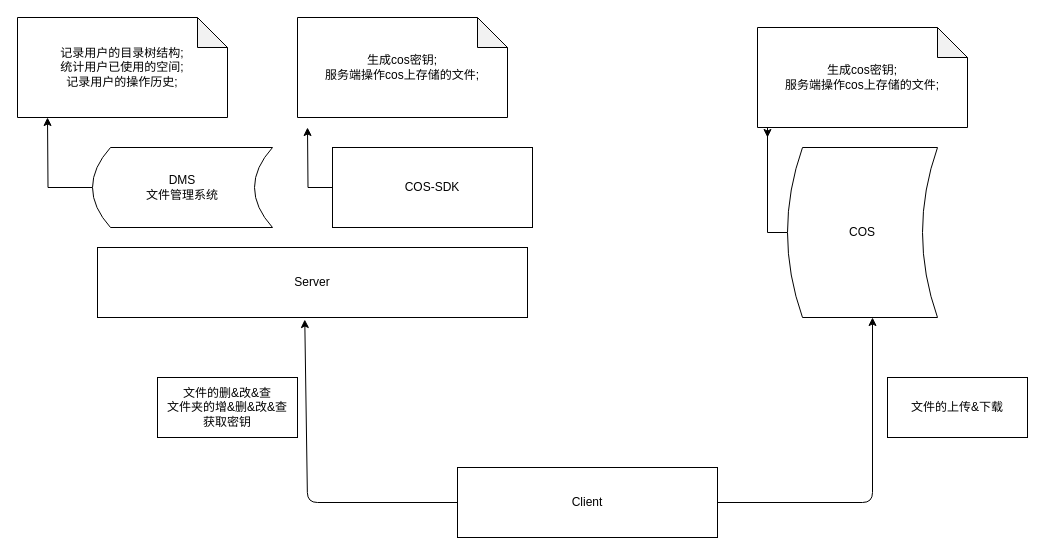
The draw.io diagram dms-架构图.drawio in logxxx/Something, before the edit. Source tidied: cells renumbered, new cells numbered last; positions are measured from the earlier drawing's top-left corner, leaving out a move shared by most shapes. Both pictures are drawn from the tidied source at 100%, with x=0, y=0 at pixel (17, 17).
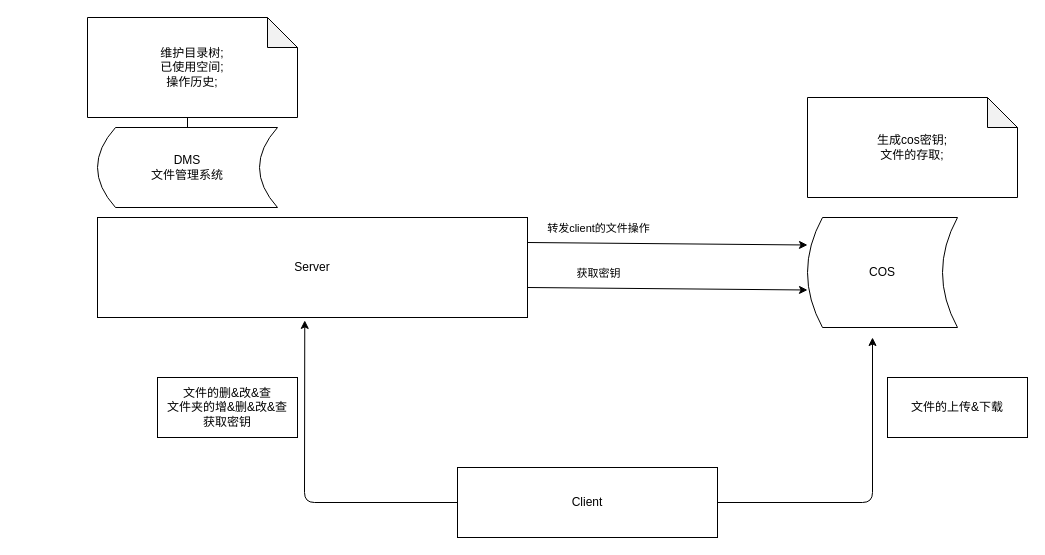
Above is the later version.

Unchanged cells that the change refers to:
```xml
<mxCell id="3" value="Client" style="rounded=0;whiteSpace=wrap;html=1;" parent="1" vertex="1">
  <mxGeometry x="440" y="450" width="260" height="70" as="geometry" />
</mxCell>
```

Diff of the diagram source:
```diff
@@
     <mxCell id="2" value="Server" style="rounded=0;whiteSpace=wrap;html=1;" parent="1" vertex="1">
-      <mxGeometry x="80" y="230" width="430" height="70" as="geometry" />
+      <mxGeometry x="80" y="200" width="430" height="100" as="geometry" />
     </mxCell>
@@
-    <mxCell id="4" style="edgeStyle=orthogonalEdgeStyle;rounded=0;jettySize=auto;html=1;" parent="1" edge="1" source="5">
-      <mxGeometry relative="1" as="geometry">
-        <mxPoint x="290" y="110" as="targetPoint" />
-      </mxGeometry>
-    </mxCell>
-    <mxCell id="5" value="COS-SDK" style="rounded=0;whiteSpace=wrap;html=1;" parent="1" vertex="1">
-      <mxGeometry x="315" y="130" width="200" height="80" as="geometry" />
-    </mxCell>
-    <mxCell id="6" style="edgeStyle=orthogonalEdgeStyle;rounded=0;jettySize=auto;html=1;" parent="1" edge="1" source="7">
-      <mxGeometry relative="1" as="geometry">
-        <mxPoint x="750" y="120" as="targetPoint" />
-      </mxGeometry>
-    </mxCell>
     <mxCell id="7" value="COS" style="shape=dataStorage;whiteSpace=wrap;html=1;" parent="1" vertex="1">
-      <mxGeometry x="770" y="130" width="150" height="170" as="geometry" />
+      <mxGeometry x="790" y="200" width="150" height="110" as="geometry" />
     </mxCell>
     <mxCell id="8" style="edgeStyle=orthogonalEdgeStyle;rounded=0;jettySize=auto;html=1;" parent="1" edge="1" source="9">
       <mxGeometry relative="1" as="geometry">
-        <mxPoint x="30" y="100" as="targetPoint" />
+        <mxPoint x="100" y="100" as="targetPoint" />
       </mxGeometry>
     </mxCell>
     <mxCell id="9" value="DMS&lt;br&gt;文件管理系统" style="shape=dataStorage;whiteSpace=wrap;html=1;" parent="1" vertex="1">
-      <mxGeometry x="75" y="130" width="180" height="80" as="geometry" />
+      <mxGeometry x="80" y="110" width="180" height="80" as="geometry" />
     </mxCell>
-    <mxCell id="10" value="记录用户的目录树结构;&lt;br&gt;统计用户已使用的空间;&lt;br&gt;记录用户的操作历史;" style="shape=note;whiteSpace=wrap;html=1;backgroundOutline=1;darkOpacity=0.05;" parent="1" vertex="1">
-      <mxGeometry width="210" height="100" as="geometry" />
+    <mxCell id="10" value="维护目录树;&lt;br&gt;已使用空间;&lt;br&gt;操作历史;" style="shape=note;whiteSpace=wrap;html=1;backgroundOutline=1;darkOpacity=0.05;" parent="1" vertex="1">
+      <mxGeometry x="70" width="210" height="100" as="geometry" />
     </mxCell>
-    <mxCell id="11" value="生成cos密钥;&lt;br&gt;服务端操作cos上存储的文件;" style="shape=note;whiteSpace=wrap;html=1;backgroundOutline=1;darkOpacity=0.05;" parent="1" vertex="1">
-      <mxGeometry x="280" width="210" height="100" as="geometry" />
-    </mxCell>
-    <mxCell id="12" value="生成cos密钥;&lt;br&gt;服务端操作cos上存储的文件;" style="shape=note;whiteSpace=wrap;html=1;backgroundOutline=1;darkOpacity=0.05;" parent="1" vertex="1">
-      <mxGeometry x="740" y="10" width="210" height="100" as="geometry" />
+    <mxCell id="12" value="生成cos密钥;&lt;br&gt;文件的存取;" style="shape=note;whiteSpace=wrap;html=1;backgroundOutline=1;darkOpacity=0.05;" parent="1" vertex="1">
+      <mxGeometry x="790" y="80" width="210" height="100" as="geometry" />
     </mxCell>
     <mxCell id="13" style="endArrow=classic;html=1;exitX=0;exitY=0.5;exitDx=0;exitDy=0;entryX=0.482;entryY=1.029;entryDx=0;entryDy=0;entryPerimeter=0;" parent="1" edge="1" source="3" target="2">
       <mxGeometry relative="1" as="geometry">
         <Array as="points">
-          <mxPoint x="290" y="485" />
+          <mxPoint x="287" y="485" />
         </Array>
       </mxGeometry>
     </mxCell>
-    <mxCell id="14" style="endArrow=classic;html=1;exitX=1;exitY=0.5;exitDx=0;exitDy=0;entryX=0.5;entryY=1;entryDx=0;entryDy=0;" parent="1" edge="1" source="3">
+    <mxCell id="14" style="endArrow=classic;html=1;exitX=1;exitY=0.5;exitDx=0;exitDy=0;" parent="1" edge="1" source="3">
       <mxGeometry relative="1" as="geometry">
-        <mxPoint x="855" y="300" as="targetPoint" />
+        <mxPoint x="855" y="320" as="targetPoint" />
         <Array as="points">
           <mxPoint x="855" y="485" />
         </Array>
       </mxGeometry>
     </mxCell>
@@
+    <mxCell id="17" style="endArrow=classic;html=1;exitX=1;exitY=0.25;exitDx=0;exitDy=0;entryX=0;entryY=0.25;entryDx=0;entryDy=0;" parent="1" edge="1" source="2" target="7">
+      <mxGeometry relative="1" as="geometry" />
+    </mxCell>
+    <mxCell id="18" value="转发client的文件操作" style="edgeLabel;html=1;align=center;verticalAlign=middle;" parent="17" vertex="1">
+      <mxGeometry x="-0.36" y="-2" relative="1" as="geometry">
+        <mxPoint x="-19.4" y="-17.8" as="offset" />
+      </mxGeometry>
+    </mxCell>
+    <mxCell id="19" style="endArrow=classic;html=1;exitX=1;exitY=0.25;exitDx=0;exitDy=0;entryX=0;entryY=0.25;entryDx=0;entryDy=0;" parent="1" edge="1">
+      <mxGeometry relative="1" as="geometry">
+        <mxPoint x="510" y="270" as="sourcePoint" />
+        <mxPoint x="790" y="272.5" as="targetPoint" />
+      </mxGeometry>
+    </mxCell>
+    <mxCell id="20" value="获取密钥" style="edgeLabel;html=1;align=center;verticalAlign=middle;" parent="19" vertex="1">
+      <mxGeometry x="-0.36" y="-2" relative="1" as="geometry">
+        <mxPoint x="-19.4" y="-17.8" as="offset" />
+      </mxGeometry>
+    </mxCell>
```
